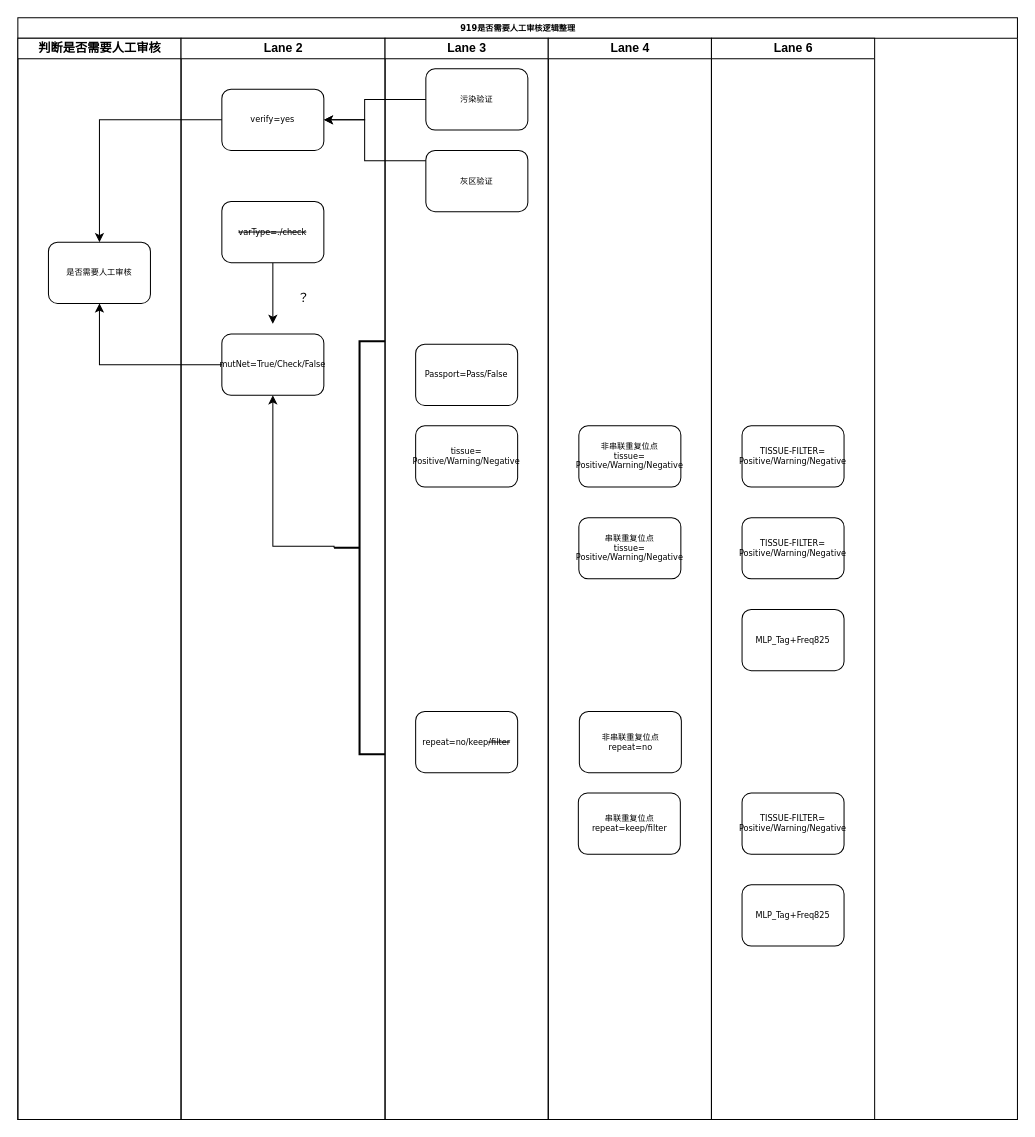
Earlier version of the draw.io diagram 919-0305.drawio (dingtian-genetronhealth/diagrams-genetron). Source tidied: cells renumbered, new cells numbered last; positions are measured from the earlier drawing's top-left corner, leaving out a move shared by most shapes. Both pictures are drawn from the tidied source at 102%, with x=0, y=0 at pixel (17, 17).
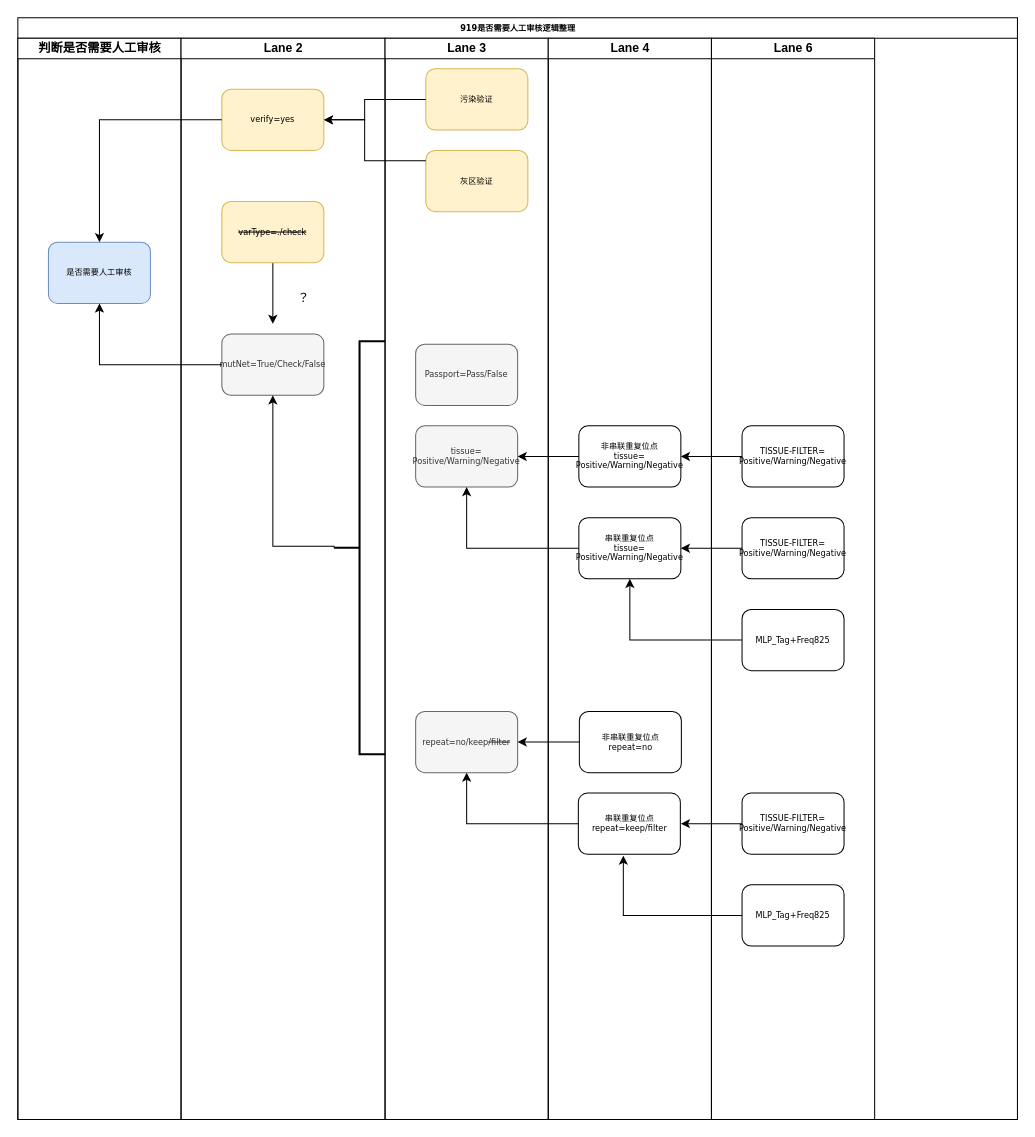
The same page after the edit.

The change refers to these unchanged cells:
```xml
<mxCell id="2" value="919是否需要人工审核逻辑整理" style="swimlane;html=1;startSize=20;rounded=0;shadow=0;labelBackgroundColor=none;strokeWidth=1;fontFamily=Verdana;fontSize=8;align=center;" parent="1" vertex="1">
  <mxGeometry width="980" height="1080" as="geometry" />
</mxCell>
<mxCell id="3" value="判断是否需要人工审核" style="swimlane;html=1;startSize=20;" parent="2" vertex="1">
  <mxGeometry y="20" width="160" height="1060" as="geometry" />
</mxCell>
<mxCell id="5" value="Lane 2" style="swimlane;html=1;startSize=20;" parent="2" vertex="1">
  <mxGeometry x="160" y="20" width="200" height="1060" as="geometry" />
</mxCell>
<mxCell id="13" value="Lane 3" style="swimlane;html=1;startSize=20;" parent="2" vertex="1">
  <mxGeometry x="360" y="20" width="160" height="1060" as="geometry" />
</mxCell>
<mxCell id="21" value="非串联重复位点&lt;br&gt;tissue=&lt;br style=&quot;border-color: var(--border-color);&quot;&gt;Positive/Warning/Negative" style="rounded=1;whiteSpace=wrap;html=1;shadow=0;labelBackgroundColor=none;strokeWidth=1;fontFamily=Verdana;fontSize=8;align=center;" parent="20" vertex="1">
  <mxGeometry x="30" y="380" width="100" height="60" as="geometry" />
</mxCell>
<mxCell id="22" value="串联重复位点&lt;br&gt;repeat=keep/filter" style="rounded=1;whiteSpace=wrap;html=1;shadow=0;labelBackgroundColor=none;strokeWidth=1;fontFamily=Verdana;fontSize=8;align=center;" parent="20" vertex="1">
  <mxGeometry x="29.5" y="740" width="100" height="60" as="geometry" />
</mxCell>
<mxCell id="23" value="非串联重复位点&lt;br&gt;repeat=no" style="rounded=1;whiteSpace=wrap;html=1;shadow=0;labelBackgroundColor=none;strokeWidth=1;fontFamily=Verdana;fontSize=8;align=center;" parent="20" vertex="1">
  <mxGeometry x="30.5" y="660" width="100" height="60" as="geometry" />
</mxCell>
<mxCell id="24" value="串联重复位点&lt;br&gt;tissue=&lt;br style=&quot;border-color: var(--border-color);&quot;&gt;Positive/Warning/Negative" style="rounded=1;whiteSpace=wrap;html=1;shadow=0;labelBackgroundColor=none;strokeWidth=1;fontFamily=Verdana;fontSize=8;align=center;" parent="20" vertex="1">
  <mxGeometry x="30" y="470" width="100" height="60" as="geometry" />
</mxCell>
<mxCell id="25" value="Lane 6" style="swimlane;html=1;startSize=20;" parent="2" vertex="1">
  <mxGeometry x="680" y="20" width="160" height="1060" as="geometry" />
</mxCell>
<mxCell id="26" value="TISSUE-FILTER=&lt;br&gt;Positive/Warning/Negative" style="rounded=1;whiteSpace=wrap;html=1;shadow=0;labelBackgroundColor=none;strokeWidth=1;fontFamily=Verdana;fontSize=8;align=center;" parent="25" vertex="1">
  <mxGeometry x="30" y="380" width="100" height="60" as="geometry" />
</mxCell>
<mxCell id="27" value="TISSUE-FILTER=&lt;br style=&quot;border-color: var(--border-color);&quot;&gt;Positive/Warning/Negative" style="rounded=1;whiteSpace=wrap;html=1;shadow=0;labelBackgroundColor=none;strokeWidth=1;fontFamily=Verdana;fontSize=8;align=center;" parent="25" vertex="1">
  <mxGeometry x="30" y="470" width="100" height="60" as="geometry" />
</mxCell>
<mxCell id="28" value="MLP_Tag+Freq825" style="rounded=1;whiteSpace=wrap;html=1;shadow=0;labelBackgroundColor=none;strokeWidth=1;fontFamily=Verdana;fontSize=8;align=center;" parent="25" vertex="1">
  <mxGeometry x="30" y="560" width="100" height="60" as="geometry" />
</mxCell>
<mxCell id="29" value="TISSUE-FILTER=&lt;br style=&quot;border-color: var(--border-color);&quot;&gt;Positive/Warning/Negative" style="rounded=1;whiteSpace=wrap;html=1;shadow=0;labelBackgroundColor=none;strokeWidth=1;fontFamily=Verdana;fontSize=8;align=center;" parent="25" vertex="1">
  <mxGeometry x="30" y="740" width="100" height="60" as="geometry" />
</mxCell>
<mxCell id="30" value="MLP_Tag+Freq825" style="rounded=1;whiteSpace=wrap;html=1;shadow=0;labelBackgroundColor=none;strokeWidth=1;fontFamily=Verdana;fontSize=8;align=center;" parent="25" vertex="1">
  <mxGeometry x="30" y="830" width="100" height="60" as="geometry" />
</mxCell>
```

What changed in the source:
```diff
@@
-    <mxCell id="4" value="是否需要人工审核" style="rounded=1;whiteSpace=wrap;html=1;shadow=0;labelBackgroundColor=none;strokeWidth=1;fontFamily=Verdana;fontSize=8;align=center;" parent="3" vertex="1">
+    <mxCell id="4" value="是否需要人工审核" style="rounded=1;whiteSpace=wrap;html=1;shadow=0;labelBackgroundColor=none;strokeWidth=1;fontFamily=Verdana;fontSize=8;align=center;fillColor=#dae8fc;strokeColor=#6c8ebf;" parent="3" vertex="1">
       <mxGeometry x="30" y="200" width="100" height="60" as="geometry" />
     </mxCell>
@@
-    <mxCell id="6" value="verify=yes" style="rounded=1;whiteSpace=wrap;html=1;shadow=0;labelBackgroundColor=none;strokeWidth=1;fontFamily=Verdana;fontSize=8;align=center;" parent="5" vertex="1">
+    <mxCell id="6" value="verify=yes" style="rounded=1;whiteSpace=wrap;html=1;shadow=0;labelBackgroundColor=none;strokeWidth=1;fontFamily=Verdana;fontSize=8;align=center;fillColor=#fff2cc;strokeColor=#d6b656;" parent="5" vertex="1">
       <mxGeometry x="40" y="50" width="100" height="60" as="geometry" />
     </mxCell>
-    <mxCell id="7" value="mutNet=True/Check/False" style="rounded=1;whiteSpace=wrap;html=1;shadow=0;labelBackgroundColor=none;strokeWidth=1;fontFamily=Verdana;fontSize=8;align=center;" parent="5" vertex="1">
+    <mxCell id="7" value="mutNet=True/Check/False" style="rounded=1;whiteSpace=wrap;html=1;shadow=0;labelBackgroundColor=none;strokeWidth=1;fontFamily=Verdana;fontSize=8;align=center;fillColor=#f5f5f5;strokeColor=#666666;fontColor=#333333;" parent="5" vertex="1">
       <mxGeometry x="40" y="290" width="100" height="60" as="geometry" />
     </mxCell>
@@
-    <mxCell id="9" value="&lt;strike&gt;varType=./check&lt;/strike&gt;" style="rounded=1;whiteSpace=wrap;html=1;shadow=0;labelBackgroundColor=none;strokeWidth=1;fontFamily=Verdana;fontSize=8;align=center;" parent="5" vertex="1">
+    <mxCell id="9" value="&lt;strike&gt;varType=./check&lt;/strike&gt;" style="rounded=1;whiteSpace=wrap;html=1;shadow=0;labelBackgroundColor=none;strokeWidth=1;fontFamily=Verdana;fontSize=8;align=center;fillColor=#fff2cc;strokeColor=#d6b656;" parent="5" vertex="1">
       <mxGeometry x="40" y="160" width="100" height="60" as="geometry" />
     </mxCell>
@@
-    <mxCell id="14" value="Passport=Pass/False" style="rounded=1;whiteSpace=wrap;html=1;shadow=0;labelBackgroundColor=none;strokeWidth=1;fontFamily=Verdana;fontSize=8;align=center;" parent="13" vertex="1">
+    <mxCell id="14" value="Passport=Pass/False" style="rounded=1;whiteSpace=wrap;html=1;shadow=0;labelBackgroundColor=none;strokeWidth=1;fontFamily=Verdana;fontSize=8;align=center;fillColor=#f5f5f5;fontColor=#333333;strokeColor=#666666;" parent="13" vertex="1">
       <mxGeometry x="30" y="300" width="100" height="60" as="geometry" />
     </mxCell>
-    <mxCell id="15" value="tissue=&lt;br&gt;Positive/Warning/Negative" style="rounded=1;whiteSpace=wrap;html=1;shadow=0;labelBackgroundColor=none;strokeWidth=1;fontFamily=Verdana;fontSize=8;align=center;" parent="13" vertex="1">
+    <mxCell id="15" value="tissue=&lt;br&gt;Positive/Warning/Negative" style="rounded=1;whiteSpace=wrap;html=1;shadow=0;labelBackgroundColor=none;strokeWidth=1;fontFamily=Verdana;fontSize=8;align=center;fillColor=#f5f5f5;fontColor=#333333;strokeColor=#666666;" parent="13" vertex="1">
       <mxGeometry x="30" y="380" width="100" height="60" as="geometry" />
     </mxCell>
-    <mxCell id="16" value="repeat=no/keep&lt;strike&gt;/filter&lt;/strike&gt;" style="rounded=1;whiteSpace=wrap;html=1;shadow=0;labelBackgroundColor=none;strokeWidth=1;fontFamily=Verdana;fontSize=8;align=center;" parent="13" vertex="1">
+    <mxCell id="16" value="repeat=no/keep&lt;strike&gt;/filter&lt;/strike&gt;" style="rounded=1;whiteSpace=wrap;html=1;shadow=0;labelBackgroundColor=none;strokeWidth=1;fontFamily=Verdana;fontSize=8;align=center;fillColor=#f5f5f5;fontColor=#333333;strokeColor=#666666;" parent="13" vertex="1">
       <mxGeometry x="30" y="660" width="100" height="60" as="geometry" />
     </mxCell>
-    <mxCell id="17" value="污染验证" style="rounded=1;whiteSpace=wrap;html=1;shadow=0;labelBackgroundColor=none;strokeWidth=1;fontFamily=Verdana;fontSize=8;align=center;" parent="13" vertex="1">
+    <mxCell id="17" value="污染验证" style="rounded=1;whiteSpace=wrap;html=1;shadow=0;labelBackgroundColor=none;strokeWidth=1;fontFamily=Verdana;fontSize=8;align=center;fillColor=#fff2cc;strokeColor=#d6b656;" parent="13" vertex="1">
       <mxGeometry x="40" y="30" width="100" height="60" as="geometry" />
     </mxCell>
-    <mxCell id="18" value="灰区验证" style="rounded=1;whiteSpace=wrap;html=1;shadow=0;labelBackgroundColor=none;strokeWidth=1;fontFamily=Verdana;fontSize=8;align=center;" parent="13" vertex="1">
+    <mxCell id="18" value="灰区验证" style="rounded=1;whiteSpace=wrap;html=1;shadow=0;labelBackgroundColor=none;strokeWidth=1;fontFamily=Verdana;fontSize=8;align=center;fillColor=#fff2cc;strokeColor=#d6b656;" parent="13" vertex="1">
       <mxGeometry x="40" y="110" width="100" height="60" as="geometry" />
     </mxCell>
@@
+    <mxCell id="35" style="edgeStyle=orthogonalEdgeStyle;rounded=0;jettySize=auto;html=1;exitX=0;exitY=0.5;exitDx=0;exitDy=0;" parent="25" edge="1" source="29">
+      <mxGeometry relative="1" as="geometry">
+        <mxPoint x="-30" y="770" as="targetPoint" />
+      </mxGeometry>
+    </mxCell>
@@
+    <mxCell id="36" style="edgeStyle=orthogonalEdgeStyle;rounded=0;jettySize=auto;html=1;entryX=1;entryY=0.5;entryDx=0;entryDy=0;" parent="2" edge="1" source="21" target="15">
+      <mxGeometry relative="1" as="geometry" />
+    </mxCell>
+    <mxCell id="37" style="edgeStyle=orthogonalEdgeStyle;rounded=0;jettySize=auto;html=1;entryX=0.5;entryY=1;entryDx=0;entryDy=0;" parent="2" edge="1" source="24" target="15">
+      <mxGeometry relative="1" as="geometry" />
+    </mxCell>
+    <mxCell id="38" style="edgeStyle=orthogonalEdgeStyle;rounded=0;jettySize=auto;html=1;exitX=0;exitY=0.5;exitDx=0;exitDy=0;" parent="2" edge="1" source="23" target="16">
+      <mxGeometry relative="1" as="geometry" />
+    </mxCell>
+    <mxCell id="39" style="edgeStyle=orthogonalEdgeStyle;rounded=0;jettySize=auto;html=1;exitX=0;exitY=0.5;exitDx=0;exitDy=0;entryX=0.5;entryY=1;entryDx=0;entryDy=0;" parent="2" edge="1" source="22" target="16">
+      <mxGeometry relative="1" as="geometry" />
+    </mxCell>
+    <mxCell id="40" style="edgeStyle=orthogonalEdgeStyle;rounded=0;jettySize=auto;html=1;entryX=1;entryY=0.5;entryDx=0;entryDy=0;" parent="2" edge="1" source="26" target="21">
+      <mxGeometry relative="1" as="geometry" />
+    </mxCell>
+    <mxCell id="41" style="edgeStyle=orthogonalEdgeStyle;rounded=0;jettySize=auto;html=1;entryX=0.441;entryY=1.023;entryDx=0;entryDy=0;entryPerimeter=0;" parent="2" edge="1" source="30" target="22">
+      <mxGeometry relative="1" as="geometry" />
+    </mxCell>
+    <mxCell id="42" style="edgeStyle=orthogonalEdgeStyle;rounded=0;jettySize=auto;html=1;entryX=0.5;entryY=1;entryDx=0;entryDy=0;" parent="2" edge="1" source="28" target="24">
+      <mxGeometry relative="1" as="geometry" />
+    </mxCell>
+    <mxCell id="43" style="edgeStyle=orthogonalEdgeStyle;rounded=0;jettySize=auto;html=1;exitX=0;exitY=0.5;exitDx=0;exitDy=0;entryX=1;entryY=0.5;entryDx=0;entryDy=0;" parent="2" edge="1" source="27" target="24">
+      <mxGeometry relative="1" as="geometry" />
+    </mxCell>
```
